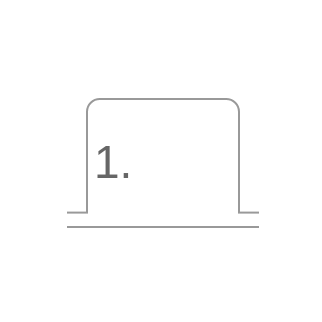
The draw.io diagram page "Page-1" (1 of 2) of assets/icon.drawio in kg8m/chrome-show-tab-numbers, before the edit. Source tidied: cells renumbered, new cells numbered last; positions are measured from the earlier drawing's top-left corner, leaving out a move shared by most shapes. Both pictures are drawn from the tidied source at 200%, with x=0, y=0 at pixel (34, 34).
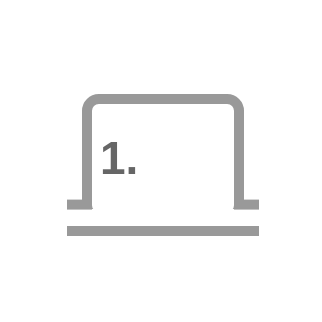
The same diagram, later.

Commit message (it also covers changes not shown here):
Renew the icon to be identified easily

What changed in the source:
```diff
@@
 <mxGraphModel>
   <root>
     <mxCell id="0" />
     <mxCell id="1" parent="0" />
     <mxCell id="2" style="rounded=0;whiteSpace=wrap;html=1;fontSize=35;fontColor=#666666;strokeColor=none;fillColor=none;" parent="1" vertex="1">
       <mxGeometry width="127" height="127" as="geometry" />
     </mxCell>
     <mxCell id="3" style="rounded=0;whiteSpace=wrap;html=1;strokeColor=none;" parent="1" vertex="1">
       <mxGeometry x="16" y="16" width="96" height="96" as="geometry" />
     </mxCell>
-    <mxCell id="4" value="1." style="rounded=1;whiteSpace=wrap;html=1;strokeColor=#999999;align=left;spacingLeft=2;fontSize=23;fontColor=#666666;arcSize=10;" parent="1" vertex="1">
-      <mxGeometry x="26" y="32" width="76" height="64" as="geometry" />
+    <mxCell id="4" value="1." style="rounded=1;whiteSpace=wrap;html=1;strokeColor=#999999;align=left;spacingLeft=5;fontSize=23;fontColor=#666666;arcSize=10;strokeWidth=5;fontStyle=1;" parent="1" vertex="1">
+      <mxGeometry x="26" y="32" width="76" height="59" as="geometry" />
     </mxCell>
     <mxCell id="5" style="rounded=0;whiteSpace=wrap;html=1;strokeColor=none;" parent="1" vertex="1">
-      <mxGeometry x="20" y="88.8" width="90" height="10" as="geometry" />
+      <mxGeometry x="20" y="87" width="90" height="10" as="geometry" />
     </mxCell>
-    <mxCell id="6" style="endArrow=none;html=1;rounded=0;strokeColor=#999999;" parent="1" edge="1">
+    <mxCell id="6" style="endArrow=none;html=1;rounded=0;strokeColor=#999999;strokeWidth=5;" parent="1" edge="1">
       <mxGeometry relative="1" as="geometry">
-        <mxPoint x="16" y="96" as="sourcePoint" />
-        <mxPoint x="112" y="96" as="targetPoint" />
+        <mxPoint x="16" y="98" as="sourcePoint" />
+        <mxPoint x="112" y="98" as="targetPoint" />
       </mxGeometry>
     </mxCell>
-    <mxCell id="7" style="endArrow=none;html=1;rounded=0;strokeColor=#999999;" parent="1" edge="1">
+    <mxCell id="7" style="endArrow=none;html=1;rounded=0;strokeColor=#999999;strokeWidth=5;" parent="1" edge="1">
       <mxGeometry relative="1" as="geometry">
-        <mxPoint x="101.5" y="88.8" as="sourcePoint" />
-        <mxPoint x="112" y="88.8" as="targetPoint" />
+        <mxPoint x="99.5" y="84.8" as="sourcePoint" />
+        <mxPoint x="112" y="84.8" as="targetPoint" />
       </mxGeometry>
     </mxCell>
-    <mxCell id="8" style="endArrow=none;html=1;rounded=0;strokeColor=#999999;" parent="1" edge="1">
+    <mxCell id="8" style="endArrow=none;html=1;rounded=0;strokeColor=#999999;strokeWidth=5;" parent="1" edge="1">
       <mxGeometry relative="1" as="geometry">
-        <mxPoint x="16" y="88.8" as="sourcePoint" />
-        <mxPoint x="26.5" y="88.8" as="targetPoint" />
+        <mxPoint x="16" y="84.8" as="sourcePoint" />
+        <mxPoint x="28.5" y="84.8" as="targetPoint" />
       </mxGeometry>
     </mxCell>
   </root>
 </mxGraphModel>
```
